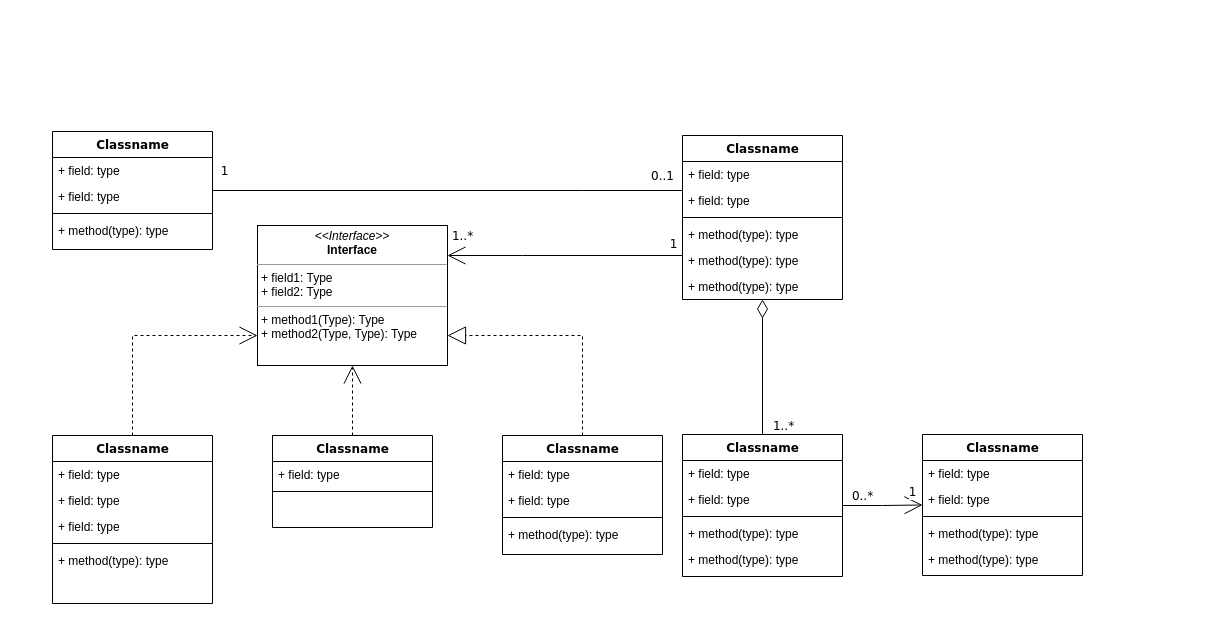
Marcelle-Samir/IoT-MQTT keeps this draw.io diagram as design.drawio. Above is the earlier version. Source tidied: cells renumbered, new cells numbered last; positions are measured from the earlier drawing's top-left corner, leaving out a move shared by most shapes. Both pictures are drawn from the tidied source at 100%, with x=0, y=0 at pixel (52, 131).
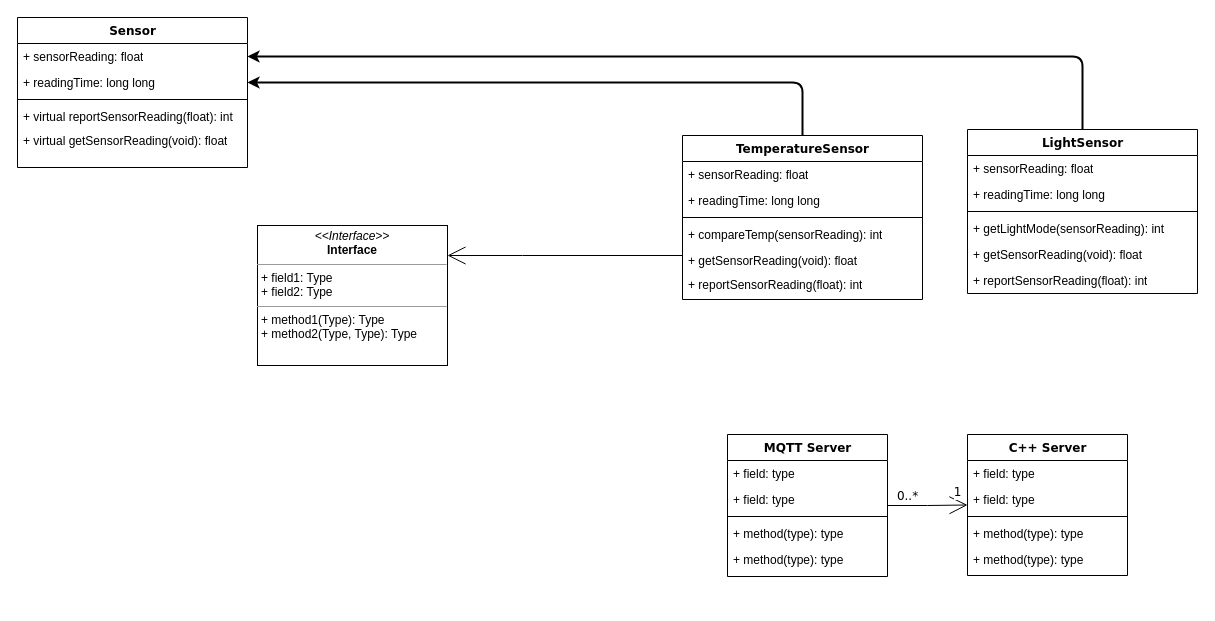
The same diagram, later.

Unchanged cells that the change refers to:
```xml
<mxCell id="14" style="edgeStyle=orthogonalEdgeStyle;rounded=0;html=1;labelBackgroundColor=none;startArrow=none;startFill=0;startSize=8;endArrow=open;endFill=0;endSize=16;fontFamily=Verdana;fontSize=12;" parent="1" edge="1" source="20" target="54">
  <mxGeometry relative="1" as="geometry">
    <Array as="points">
      <mxPoint x="470" y="124" />
      <mxPoint x="470" y="124" />
    </Array>
  </mxGeometry>
</mxCell>
<mxCell id="54" value="&lt;p style=&quot;margin:0px;margin-top:4px;text-align:center;&quot;&gt;&lt;i&gt;&amp;lt;&amp;lt;Interface&amp;gt;&amp;gt;&lt;/i&gt;&lt;br/&gt;&lt;b&gt;Interface&lt;/b&gt;&lt;/p&gt;&lt;hr size=&quot;1&quot;/&gt;&lt;p style=&quot;margin:0px;margin-left:4px;&quot;&gt;+ field1: Type&lt;br/&gt;+ field2: Type&lt;/p&gt;&lt;hr size=&quot;1&quot;/&gt;&lt;p style=&quot;margin:0px;margin-left:4px;&quot;&gt;+ method1(Type): Type&lt;br/&gt;+ method2(Type, Type): Type&lt;/p&gt;" style="verticalAlign=top;align=left;overflow=fill;fontSize=12;fontFamily=Helvetica;html=1;rounded=0;shadow=0;comic=0;labelBackgroundColor=none;strokeWidth=1;" parent="1" vertex="1">
  <mxGeometry x="205" y="94" width="190" height="140" as="geometry" />
</mxCell>
```

Change to the diagram source:
```diff
@@
-    <mxCell id="2" style="edgeStyle=orthogonalEdgeStyle;rounded=0;html=1;dashed=1;labelBackgroundColor=none;startArrow=none;startFill=0;startSize=8;endArrow=open;endFill=0;endSize=16;fontFamily=Verdana;fontSize=12;" parent="1" edge="1" source="3" target="54">
-      <mxGeometry relative="1" as="geometry">
-        <Array as="points">
-          <mxPoint x="80" y="204" />
-        </Array>
-      </mxGeometry>
-    </mxCell>
-    <mxCell id="3" value="Classname" style="swimlane;html=1;fontStyle=1;align=center;verticalAlign=top;horizontal=1;startSize=26;swimlaneFillColor=#ffffff;rounded=0;shadow=0;comic=0;labelBackgroundColor=none;strokeWidth=1;fillColor=none;fontFamily=Verdana;fontSize=12;" parent="1" vertex="1">
-      <mxGeometry y="304" width="160" height="168" as="geometry" />
-    </mxCell>
-    <mxCell id="4" value="+ field: type" style="text;html=1;strokeColor=none;fillColor=none;align=left;verticalAlign=top;spacingLeft=4;spacingRight=4;whiteSpace=wrap;overflow=hidden;" parent="3" vertex="1">
-      <mxGeometry y="26" width="160" height="26" as="geometry" />
-    </mxCell>
-    <mxCell id="5" value="+ field: type" style="text;html=1;strokeColor=none;fillColor=none;align=left;verticalAlign=top;spacingLeft=4;spacingRight=4;whiteSpace=wrap;overflow=hidden;" parent="3" vertex="1">
-      <mxGeometry y="52" width="160" height="26" as="geometry" />
-    </mxCell>
-    <mxCell id="6" value="+ field: type" style="text;html=1;strokeColor=none;fillColor=none;align=left;verticalAlign=top;spacingLeft=4;spacingRight=4;whiteSpace=wrap;overflow=hidden;" parent="3" vertex="1">
-      <mxGeometry y="78" width="160" height="26" as="geometry" />
-    </mxCell>
-    <mxCell id="7" style="line;html=1;strokeWidth=1;fillColor=none;align=left;verticalAlign=middle;spacingTop=-1;spacingLeft=3;spacingRight=3;labelPosition=right;" parent="3" vertex="1">
-      <mxGeometry y="104" width="160" height="8" as="geometry" />
-    </mxCell>
-    <mxCell id="8" value="+ method(type): type" style="text;html=1;strokeColor=none;fillColor=none;align=left;verticalAlign=top;spacingLeft=4;spacingRight=4;whiteSpace=wrap;overflow=hidden;" parent="3" vertex="1">
-      <mxGeometry y="112" width="160" height="26" as="geometry" />
-    </mxCell>
-    <mxCell id="9" value="Classname" style="swimlane;html=1;fontStyle=1;align=center;verticalAlign=top;horizontal=1;startSize=26;swimlaneFillColor=#ffffff;rounded=0;shadow=0;comic=0;labelBackgroundColor=none;strokeWidth=1;fillColor=none;fontFamily=Verdana;fontSize=12;" parent="1" vertex="1">
-      <mxGeometry width="160" height="118" as="geometry" />
+    <mxCell id="9" value="Sensor" style="swimlane;html=1;fontStyle=1;align=center;verticalAlign=top;horizontal=1;startSize=26;swimlaneFillColor=#ffffff;rounded=0;shadow=0;comic=0;labelBackgroundColor=none;strokeWidth=1;fillColor=none;fontFamily=Verdana;fontSize=12;" parent="1" vertex="1">
+      <mxGeometry x="-35" y="-114" width="230" height="150" as="geometry" />
     </mxCell>
-    <mxCell id="10" value="+ field: type" style="text;html=1;strokeColor=none;fillColor=none;align=left;verticalAlign=top;spacingLeft=4;spacingRight=4;whiteSpace=wrap;overflow=hidden;points=[[0,0.5],[1,0.5]];portConstraint=eastwest;" parent="9" vertex="1">
-      <mxGeometry y="26" width="160" height="26" as="geometry" />
+    <mxCell id="10" value="+ sensorReading: float" style="text;html=1;strokeColor=none;fillColor=none;align=left;verticalAlign=top;spacingLeft=4;spacingRight=4;whiteSpace=wrap;overflow=hidden;points=[[0,0.5],[1,0.5]];portConstraint=eastwest;" parent="9" vertex="1">
+      <mxGeometry y="26" width="230" height="26" as="geometry" />
     </mxCell>
-    <mxCell id="11" value="+ field: type" style="text;html=1;strokeColor=none;fillColor=none;align=left;verticalAlign=top;spacingLeft=4;spacingRight=4;whiteSpace=wrap;overflow=hidden;points=[[0,0.5],[1,0.5]];portConstraint=eastwest;" parent="9" vertex="1">
-      <mxGeometry y="52" width="160" height="26" as="geometry" />
+    <mxCell id="11" value="+ readingTime: long long" style="text;html=1;strokeColor=none;fillColor=none;align=left;verticalAlign=top;spacingLeft=4;spacingRight=4;whiteSpace=wrap;overflow=hidden;points=[[0,0.5],[1,0.5]];portConstraint=eastwest;" parent="9" vertex="1">
+      <mxGeometry y="52" width="230" height="26" as="geometry" />
     </mxCell>
     <mxCell id="12" style="line;html=1;strokeWidth=1;fillColor=none;align=left;verticalAlign=middle;spacingTop=-1;spacingLeft=3;spacingRight=3;labelPosition=right;" parent="9" vertex="1">
-      <mxGeometry y="78" width="160" height="8" as="geometry" />
+      <mxGeometry y="78" width="230" height="8" as="geometry" />
     </mxCell>
-    <mxCell id="13" value="+ method(type): type" style="text;html=1;strokeColor=none;fillColor=none;align=left;verticalAlign=top;spacingLeft=4;spacingRight=4;whiteSpace=wrap;overflow=hidden;" parent="9" vertex="1">
-      <mxGeometry y="86" width="160" height="26" as="geometry" />
-    </mxCell>
+    <mxCell id="55" value="&lt;div&gt;+ virtual reportSensorReading(float): int&lt;/div&gt;" style="text;html=1;strokeColor=none;fillColor=none;align=left;verticalAlign=top;spacingLeft=4;spacingRight=4;whiteSpace=wrap;overflow=hidden;" parent="9" vertex="1">
+      <mxGeometry y="86" width="230" height="24" as="geometry" />
+    </mxCell>
+    <mxCell id="56" value="+ virtual getSensorReading(void): float&lt;div&gt;&lt;br&gt;&lt;div&gt;&lt;br&gt;&lt;/div&gt;&lt;/div&gt;" style="text;html=1;strokeColor=none;fillColor=none;align=left;verticalAlign=top;spacingLeft=4;spacingRight=4;whiteSpace=wrap;overflow=hidden;" parent="9" vertex="1">
+      <mxGeometry y="110" width="230" height="24" as="geometry" />
+    </mxCell>
@@
-    <mxCell id="15" value="1..*" style="text;html=1;align=center;verticalAlign=middle;labelBackgroundColor=#ffffff;fontSize=12;fontFamily=Verdana;" parent="14" vertex="1">
-      <mxGeometry x="0.86" y="2" relative="1" as="geometry">
-        <mxPoint x="-2" y="-22" as="offset" />
-      </mxGeometry>
-    </mxCell>
-    <mxCell id="16" value="1" style="text;html=1;align=center;verticalAlign=middle;labelBackgroundColor=#ffffff;fontSize=12;fontFamily=Verdana;" parent="14" vertex="1">
-      <mxGeometry x="0.36" y="152" relative="1" as="geometry">
-        <mxPoint x="150" y="-164" as="offset" />
-      </mxGeometry>
-    </mxCell>
-    <mxCell id="17" style="edgeStyle=orthogonalEdgeStyle;rounded=0;html=1;labelBackgroundColor=none;startArrow=none;startFill=0;startSize=8;endArrow=none;endFill=0;endSize=16;fontFamily=Verdana;fontSize=12;" parent="1" edge="1" source="20" target="9">
+    <mxCell id="17" style="edgeStyle=orthogonalEdgeStyle;rounded=1;html=1;labelBackgroundColor=none;startArrow=none;startFill=0;endArrow=classic;endFill=1;fontFamily=Verdana;fontSize=12;strokeWidth=2;curved=0;strokeColor=default;entryX=1;entryY=0.5;entryDx=0;entryDy=0;exitX=0.5;exitY=0;exitDx=0;exitDy=0;" parent="1" edge="1" source="20" target="11">
       <mxGeometry relative="1" as="geometry">
         <Array as="points">
-          <mxPoint x="530" y="59" />
-          <mxPoint x="530" y="59" />
+          <mxPoint x="750" y="-49" />
         </Array>
       </mxGeometry>
     </mxCell>
-    <mxCell id="18" value="0..1" style="text;html=1;align=center;verticalAlign=middle;labelBackgroundColor=#ffffff;fontSize=12;fontFamily=Verdana;" parent="17" vertex="1">
-      <mxGeometry x="-0.57" y="-86" relative="1" as="geometry">
-        <mxPoint x="80" y="71" as="offset" />
-      </mxGeometry>
-    </mxCell>
-    <mxCell id="19" value="1" style="text;html=1;align=center;verticalAlign=middle;labelBackgroundColor=#ffffff;fontSize=12;fontFamily=Verdana;" parent="17" vertex="1">
-      <mxGeometry x="0.89" y="-1" relative="1" as="geometry">
-        <mxPoint x="-15" y="-19" as="offset" />
-      </mxGeometry>
-    </mxCell>
-    <mxCell id="20" value="Classname" style="swimlane;html=1;fontStyle=1;align=center;verticalAlign=top;horizontal=1;startSize=26;swimlaneFillColor=#ffffff;rounded=0;shadow=0;comic=0;labelBackgroundColor=none;strokeWidth=1;fillColor=none;fontFamily=Verdana;fontSize=12;" parent="1" vertex="1">
-      <mxGeometry x="630" y="4" width="160" height="164" as="geometry" />
+    <mxCell id="20" value="TemperatureSensor" style="swimlane;html=1;fontStyle=1;align=center;verticalAlign=top;horizontal=1;startSize=26;swimlaneFillColor=#ffffff;rounded=0;shadow=0;comic=0;labelBackgroundColor=none;strokeWidth=1;fillColor=none;fontFamily=Verdana;fontSize=12;" parent="1" vertex="1">
+      <mxGeometry x="630" y="4" width="240" height="164" as="geometry" />
     </mxCell>
-    <mxCell id="21" value="+ field: type" style="text;html=1;strokeColor=none;fillColor=none;align=left;verticalAlign=top;spacingLeft=4;spacingRight=4;whiteSpace=wrap;overflow=hidden;" parent="20" vertex="1">
-      <mxGeometry y="26" width="160" height="26" as="geometry" />
+    <mxCell id="21" value="+ sensorReading: float" style="text;html=1;strokeColor=none;fillColor=none;align=left;verticalAlign=top;spacingLeft=4;spacingRight=4;whiteSpace=wrap;overflow=hidden;" parent="20" vertex="1">
+      <mxGeometry y="26" width="240" height="26" as="geometry" />
     </mxCell>
-    <mxCell id="22" value="+ field: type" style="text;html=1;strokeColor=none;fillColor=none;align=left;verticalAlign=top;spacingLeft=4;spacingRight=4;whiteSpace=wrap;overflow=hidden;" parent="20" vertex="1">
-      <mxGeometry y="52" width="160" height="26" as="geometry" />
+    <mxCell id="22" value="+ readingTime: long long" style="text;html=1;strokeColor=none;fillColor=none;align=left;verticalAlign=top;spacingLeft=4;spacingRight=4;whiteSpace=wrap;overflow=hidden;" parent="20" vertex="1">
+      <mxGeometry y="52" width="240" height="26" as="geometry" />
     </mxCell>
     <mxCell id="23" style="line;html=1;strokeWidth=1;fillColor=none;align=left;verticalAlign=middle;spacingTop=-1;spacingLeft=3;spacingRight=3;labelPosition=right;" parent="20" vertex="1">
-      <mxGeometry y="78" width="160" height="8" as="geometry" />
+      <mxGeometry y="78" width="240" height="8" as="geometry" />
     </mxCell>
-    <mxCell id="24" value="+ method(type): type" style="text;html=1;strokeColor=none;fillColor=none;align=left;verticalAlign=top;spacingLeft=4;spacingRight=4;whiteSpace=wrap;overflow=hidden;" parent="20" vertex="1">
-      <mxGeometry y="86" width="160" height="26" as="geometry" />
+    <mxCell id="24" value="+ compareTemp(sensorReading): int" style="text;html=1;strokeColor=none;fillColor=none;align=left;verticalAlign=top;spacingLeft=4;spacingRight=4;whiteSpace=wrap;overflow=hidden;" parent="20" vertex="1">
+      <mxGeometry y="86" width="240" height="26" as="geometry" />
     </mxCell>
-    <mxCell id="25" value="+ method(type): type" style="text;html=1;strokeColor=none;fillColor=none;align=left;verticalAlign=top;spacingLeft=4;spacingRight=4;whiteSpace=wrap;overflow=hidden;" parent="20" vertex="1">
-      <mxGeometry y="112" width="160" height="26" as="geometry" />
-    </mxCell>
-    <mxCell id="26" value="+ method(type): type" style="text;html=1;strokeColor=none;fillColor=none;align=left;verticalAlign=top;spacingLeft=4;spacingRight=4;whiteSpace=wrap;overflow=hidden;" parent="20" vertex="1">
-      <mxGeometry y="138" width="160" height="26" as="geometry" />
-    </mxCell>
-    <mxCell id="27" style="edgeStyle=orthogonalEdgeStyle;rounded=0;html=1;dashed=1;labelBackgroundColor=none;startArrow=none;startFill=0;startSize=8;endArrow=open;endFill=0;endSize=16;fontFamily=Verdana;fontSize=12;" parent="1" edge="1" source="28" target="54">
-      <mxGeometry relative="1" as="geometry" />
-    </mxCell>
-    <mxCell id="28" value="Classname" style="swimlane;html=1;fontStyle=1;align=center;verticalAlign=top;horizontal=1;startSize=26;swimlaneFillColor=#ffffff;rounded=0;shadow=0;comic=0;labelBackgroundColor=none;strokeWidth=1;fillColor=none;fontFamily=Verdana;fontSize=12;" parent="1" vertex="1">
-      <mxGeometry x="220" y="304" width="160" height="92" as="geometry" />
-    </mxCell>
-    <mxCell id="29" value="+ field: type" style="text;html=1;strokeColor=none;fillColor=none;align=left;verticalAlign=top;spacingLeft=4;spacingRight=4;whiteSpace=wrap;overflow=hidden;" parent="28" vertex="1">
-      <mxGeometry y="26" width="160" height="26" as="geometry" />
-    </mxCell>
-    <mxCell id="30" style="line;html=1;strokeWidth=1;fillColor=none;align=left;verticalAlign=middle;spacingTop=-1;spacingLeft=3;spacingRight=3;labelPosition=right;" parent="28" vertex="1">
-      <mxGeometry y="52" width="160" height="8" as="geometry" />
-    </mxCell>
-    <mxCell id="31" style="edgeStyle=orthogonalEdgeStyle;rounded=0;html=1;labelBackgroundColor=none;startArrow=none;startFill=0;startSize=8;endArrow=diamondThin;endFill=0;endSize=16;fontFamily=Verdana;fontSize=12;" parent="1" edge="1" source="36" target="20">
-      <mxGeometry relative="1" as="geometry" />
-    </mxCell>
-    <mxCell id="32" value="1..*" style="text;html=1;align=center;verticalAlign=middle;labelBackgroundColor=#ffffff;fontSize=12;fontFamily=Verdana;" parent="31" vertex="1">
-      <mxGeometry x="-0.85" y="-1" relative="1" as="geometry">
-        <mxPoint x="19" y="1" as="offset" />
-      </mxGeometry>
-    </mxCell>
+    <mxCell id="13" value="+ getSensorReading(void): float&lt;div&gt;&lt;br&gt;&lt;div&gt;&lt;br&gt;&lt;/div&gt;&lt;/div&gt;" style="text;html=1;strokeColor=none;fillColor=none;align=left;verticalAlign=top;spacingLeft=4;spacingRight=4;whiteSpace=wrap;overflow=hidden;" parent="20" vertex="1">
+      <mxGeometry y="112" width="240" height="24" as="geometry" />
+    </mxCell>
+    <mxCell id="57" value="&lt;div&gt;+ reportSensorReading(float): int&lt;br&gt;&lt;div&gt;&lt;br&gt;&lt;/div&gt;&lt;/div&gt;" style="text;html=1;strokeColor=none;fillColor=none;align=left;verticalAlign=top;spacingLeft=4;spacingRight=4;whiteSpace=wrap;overflow=hidden;" parent="20" vertex="1">
+      <mxGeometry y="136" width="240" height="24" as="geometry" />
+    </mxCell>
@@
-    <mxCell id="36" value="Classname" style="swimlane;html=1;fontStyle=1;align=center;verticalAlign=top;horizontal=1;startSize=26;swimlaneFillColor=#ffffff;rounded=0;shadow=0;comic=0;labelBackgroundColor=none;strokeWidth=1;fillColor=none;fontFamily=Verdana;fontSize=12;" parent="1" vertex="1">
-      <mxGeometry x="630" y="303" width="160" height="142" as="geometry" />
+    <mxCell id="36" value="MQTT Server" style="swimlane;html=1;fontStyle=1;align=center;verticalAlign=top;horizontal=1;startSize=26;swimlaneFillColor=#ffffff;rounded=0;shadow=0;comic=0;labelBackgroundColor=none;strokeWidth=1;fillColor=none;fontFamily=Verdana;fontSize=12;" parent="1" vertex="1">
+      <mxGeometry x="675" y="303" width="160" height="142" as="geometry" />
     </mxCell>
@@
-    <mxCell id="42" value="Classname" style="swimlane;html=1;fontStyle=1;align=center;verticalAlign=top;horizontal=1;startSize=26;swimlaneFillColor=#ffffff;rounded=0;shadow=0;comic=0;labelBackgroundColor=none;strokeWidth=1;fillColor=none;fontFamily=Verdana;fontSize=12;" parent="1" vertex="1">
-      <mxGeometry x="870" y="303" width="160" height="141" as="geometry" />
+    <mxCell id="42" value="C++ Server" style="swimlane;html=1;fontStyle=1;align=center;verticalAlign=top;horizontal=1;startSize=26;swimlaneFillColor=#ffffff;rounded=0;shadow=0;comic=0;labelBackgroundColor=none;strokeWidth=1;fillColor=none;fontFamily=Verdana;fontSize=12;" parent="1" vertex="1">
+      <mxGeometry x="915" y="303" width="160" height="141" as="geometry" />
     </mxCell>
@@
-    <mxCell id="48" style="edgeStyle=orthogonalEdgeStyle;rounded=0;html=1;dashed=1;labelBackgroundColor=none;startArrow=none;startFill=0;startSize=8;endArrow=block;endFill=0;endSize=16;fontFamily=Verdana;fontSize=12;" parent="1" edge="1" source="49" target="54">
-      <mxGeometry relative="1" as="geometry">
-        <Array as="points">
-          <mxPoint x="530" y="204" />
-        </Array>
-      </mxGeometry>
-    </mxCell>
-    <mxCell id="49" value="Classname" style="swimlane;html=1;fontStyle=1;align=center;verticalAlign=top;horizontal=1;startSize=26;swimlaneFillColor=#ffffff;rounded=0;shadow=0;comic=0;labelBackgroundColor=none;strokeWidth=1;fillColor=none;fontFamily=Verdana;fontSize=12;" parent="1" vertex="1">
-      <mxGeometry x="450" y="304" width="160" height="119" as="geometry" />
-    </mxCell>
-    <mxCell id="50" value="+ field: type" style="text;html=1;strokeColor=none;fillColor=none;align=left;verticalAlign=top;spacingLeft=4;spacingRight=4;whiteSpace=wrap;overflow=hidden;" parent="49" vertex="1">
-      <mxGeometry y="26" width="160" height="26" as="geometry" />
-    </mxCell>
-    <mxCell id="51" value="+ field: type" style="text;html=1;strokeColor=none;fillColor=none;align=left;verticalAlign=top;spacingLeft=4;spacingRight=4;whiteSpace=wrap;overflow=hidden;" parent="49" vertex="1">
-      <mxGeometry y="52" width="160" height="26" as="geometry" />
-    </mxCell>
-    <mxCell id="52" style="line;html=1;strokeWidth=1;fillColor=none;align=left;verticalAlign=middle;spacingTop=-1;spacingLeft=3;spacingRight=3;labelPosition=right;" parent="49" vertex="1">
-      <mxGeometry y="78" width="160" height="8" as="geometry" />
-    </mxCell>
-    <mxCell id="53" value="+ method(type): type" style="text;html=1;strokeColor=none;fillColor=none;align=left;verticalAlign=top;spacingLeft=4;spacingRight=4;whiteSpace=wrap;overflow=hidden;" parent="49" vertex="1">
-      <mxGeometry y="86" width="160" height="26" as="geometry" />
-    </mxCell>
@@
+    <mxCell id="58" value="LightSensor" style="swimlane;html=1;fontStyle=1;align=center;verticalAlign=top;horizontal=1;startSize=26;swimlaneFillColor=#ffffff;rounded=0;shadow=0;comic=0;labelBackgroundColor=none;strokeWidth=1;fillColor=none;fontFamily=Verdana;fontSize=12;" parent="1" vertex="1">
+      <mxGeometry x="915" y="-2" width="230" height="164" as="geometry" />
+    </mxCell>
+    <mxCell id="59" value="+ sensorReading: float" style="text;html=1;strokeColor=none;fillColor=none;align=left;verticalAlign=top;spacingLeft=4;spacingRight=4;whiteSpace=wrap;overflow=hidden;" parent="58" vertex="1">
+      <mxGeometry y="26" width="230" height="26" as="geometry" />
+    </mxCell>
+    <mxCell id="60" value="+ readingTime: long long" style="text;html=1;strokeColor=none;fillColor=none;align=left;verticalAlign=top;spacingLeft=4;spacingRight=4;whiteSpace=wrap;overflow=hidden;" parent="58" vertex="1">
+      <mxGeometry y="52" width="230" height="26" as="geometry" />
+    </mxCell>
+    <mxCell id="61" style="line;html=1;strokeWidth=1;fillColor=none;align=left;verticalAlign=middle;spacingTop=-1;spacingLeft=3;spacingRight=3;labelPosition=right;" parent="58" vertex="1">
+      <mxGeometry y="78" width="230" height="8" as="geometry" />
+    </mxCell>
+    <mxCell id="62" value="+ getLightMode(sensorReading): int" style="text;html=1;strokeColor=none;fillColor=none;align=left;verticalAlign=top;spacingLeft=4;spacingRight=4;whiteSpace=wrap;overflow=hidden;" parent="58" vertex="1">
+      <mxGeometry y="86" width="230" height="26" as="geometry" />
+    </mxCell>
+    <mxCell id="63" value="+ getSensorReading(void): float&lt;div&gt;&lt;br&gt;&lt;/div&gt;" style="text;html=1;strokeColor=none;fillColor=none;align=left;verticalAlign=top;spacingLeft=4;spacingRight=4;whiteSpace=wrap;overflow=hidden;" parent="58" vertex="1">
+      <mxGeometry y="112" width="230" height="26" as="geometry" />
+    </mxCell>
+    <mxCell id="64" value="+ reportSensorReading(float): int&lt;br&gt;&lt;div&gt;&lt;br&gt;&lt;/div&gt;" style="text;html=1;strokeColor=none;fillColor=none;align=left;verticalAlign=top;spacingLeft=4;spacingRight=4;whiteSpace=wrap;overflow=hidden;" parent="58" vertex="1">
+      <mxGeometry y="138" width="230" height="26" as="geometry" />
+    </mxCell>
+    <mxCell id="65" style="edgeStyle=orthogonalEdgeStyle;rounded=1;jettySize=auto;html=1;exitX=1;exitY=0.5;exitDx=0;exitDy=0;entryX=0.5;entryY=0;entryDx=0;entryDy=0;strokeWidth=2;curved=0;endArrow=none;endFill=0;startArrow=classic;startFill=1;" parent="1" edge="1" source="10" target="58">
+      <mxGeometry relative="1" as="geometry" />
+    </mxCell>
```
